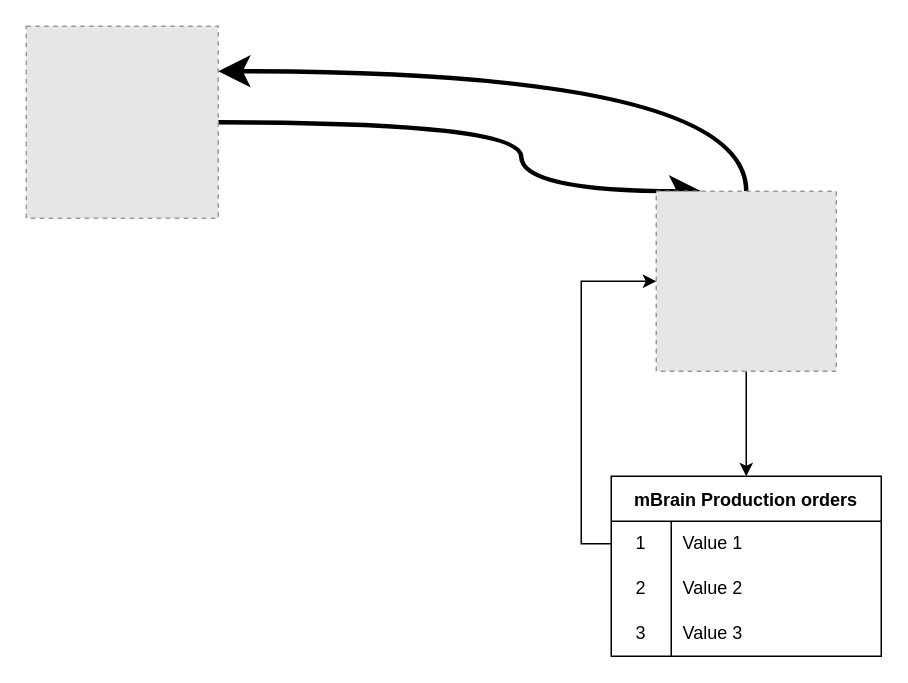
Before: CAKE_mBrain.drawio in saladusaladim/drawio, a draw.io diagram. Source tidied: cells renumbered, new cells numbered last; positions are measured from the earlier drawing's top-left corner, leaving out a move shared by most shapes. Both pictures are drawn from the tidied source at 150%, with x=0, y=0 at pixel (26, 26). Pictures stored in the file or linked from it are replaced by grey dashed boxes.
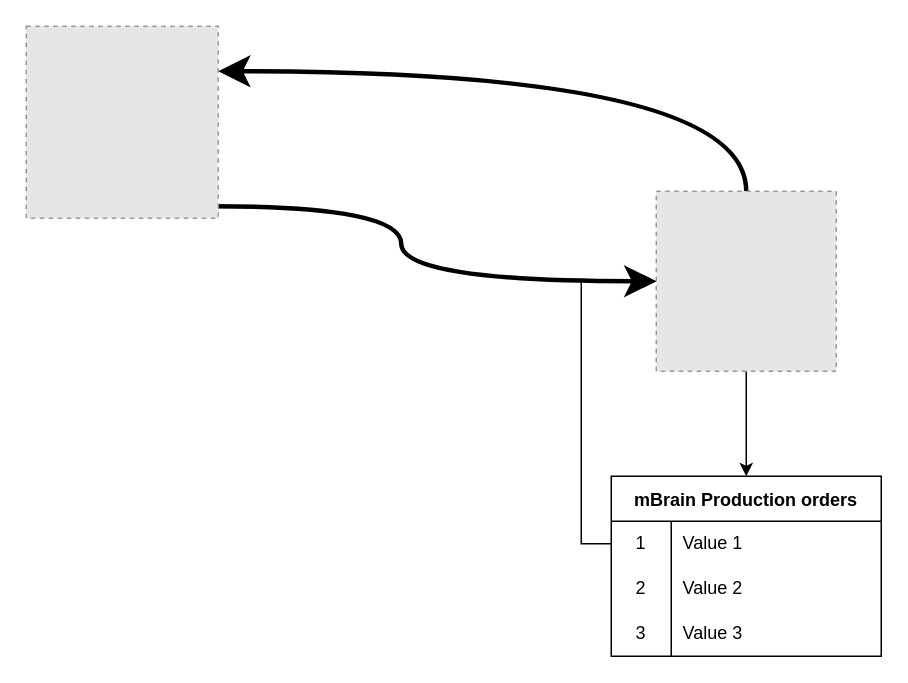
Above is the later version.

Unchanged cells that the change refers to:
```xml
<mxCell id="3" style="fillColor=#E6E6E6;strokeColor=#999999;dashed=1;html=1;verticalAlign=top;verticalLabelPosition=bottom;labelBackgroundColor=#ffffff;" parent="1" vertex="1">
  <mxGeometry width="128" height="128" as="geometry" />
</mxCell>
<mxCell id="6" style="fillColor=#E6E6E6;strokeColor=#999999;dashed=1;verticalLabelPosition=bottom;labelBackgroundColor=default;verticalAlign=top;" parent="1" vertex="1">
  <mxGeometry x="420" y="110" width="120" height="120" as="geometry" />
</mxCell>
```

The edit, as a diff of the source:
```diff
@@
-    <mxCell id="2" style="edgeStyle=orthogonalEdgeStyle;jettySize=auto;html=1;entryX=0.25;entryY=0;entryDx=0;entryDy=0;curved=1;endSize=12;startSize=7;strokeWidth=3;" parent="1" edge="1" source="3" target="6">
+    <mxCell id="2" style="jettySize=auto;html=1;entryX=0;entryY=0.5;entryDx=0;entryDy=0;endSize=12;startSize=7;strokeWidth=3;perimeterSpacing=-4;fixDash=0;sourcePortConstraint=none;arcSize=20;strokeColor=default;edgeStyle=orthogonalEdgeStyle;curved=1;endArrow=classic;endFill=1;" parent="1" edge="1" source="3" target="6">
       <mxGeometry relative="1" as="geometry">
         <Array as="points">
-          <mxPoint x="330" y="64" />
-          <mxPoint x="330" y="110" />
+          <mxPoint x="250" y="120" />
+          <mxPoint x="250" y="170" />
         </Array>
       </mxGeometry>
     </mxCell>
@@
-    <mxCell id="5" style="edgeStyle=orthogonalEdgeStyle;jettySize=auto;html=1;curved=1;endSize=12;startSize=7;strokeWidth=3;" parent="1" edge="1" source="6" target="3">
+    <mxCell id="5" style="edgeStyle=orthogonalEdgeStyle;jettySize=auto;html=1;curved=1;endSize=12;startSize=7;strokeWidth=3;strokeColor=default;" parent="1" edge="1" source="6" target="3">
       <mxGeometry relative="1" as="geometry">
         <Array as="points">
           <mxPoint x="480" y="30" />
         </Array>
       </mxGeometry>
     </mxCell>
```
